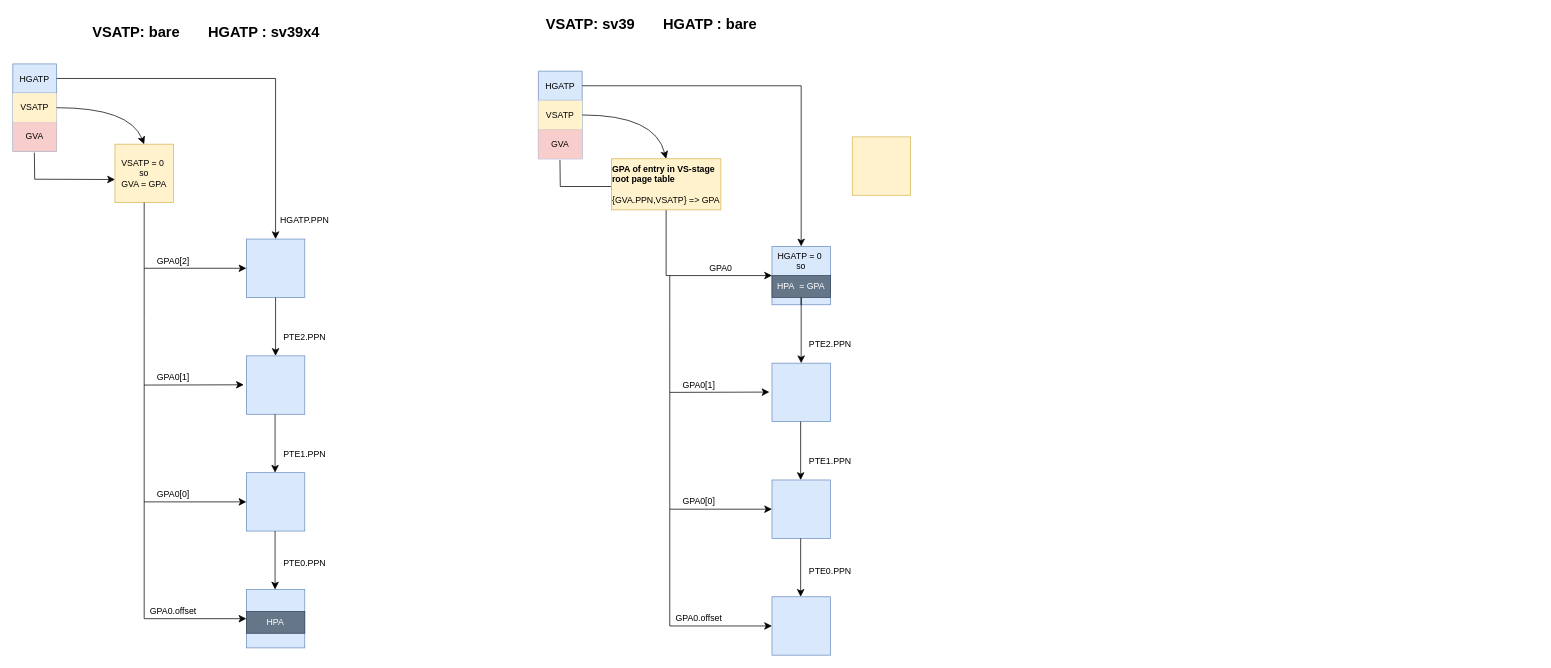
Above: vsatp_bare_hgatp_sv39x4.drawio in junaida32/AQLTech (draw.io), before the change. Source tidied: cells renumbered, new cells numbered last; positions are measured from the earlier drawing's top-left corner, leaving out a move shared by most shapes. Both pictures are drawn from the tidied source at 73%, with x=0, y=0 at pixel (12, 12).
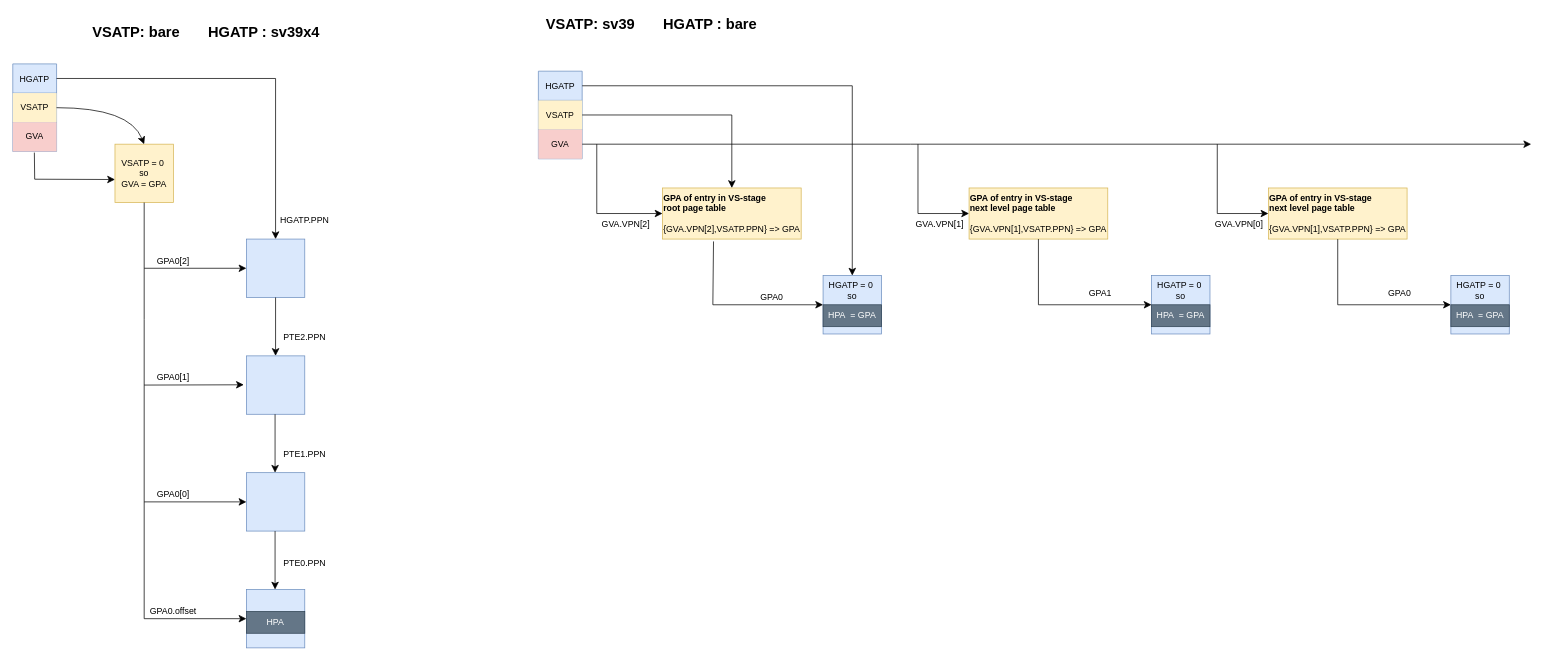
After the change.

The change refers to these unchanged cells:
```xml
<mxCell id="35" value="HGATP" style="shape=table;startSize=40;childLayout=tableLayout;fillColor=#dae8fc;strokeColor=#6c8ebf;" parent="1" vertex="1">
  <mxGeometry x="720" y="80" width="60" height="120" as="geometry" />
</mxCell>
<mxCell id="36" style="shape=tableRow;horizontal=0;startSize=0;swimlaneHead=0;swimlaneBody=0;strokeColor=inherit;top=0;left=0;bottom=0;right=0;fillColor=none;points=[[0,0.5],[1,0.5]];portConstraint=eastwest;" parent="35" vertex="1">
  <mxGeometry y="40" width="60" height="40" as="geometry" />
</mxCell>
<mxCell id="38" style="shape=tableRow;horizontal=0;startSize=0;swimlaneHead=0;swimlaneBody=0;strokeColor=inherit;top=0;left=0;bottom=0;right=0;fillColor=none;points=[[0,0.5],[1,0.5]];portConstraint=eastwest;" parent="35" vertex="1">
  <mxGeometry y="80" width="60" height="40" as="geometry" />
</mxCell>
```

What changed in the source:
```diff
@@
     <mxCell id="32" value="HGATP = 0&amp;nbsp;&lt;br style=&quot;border-color: var(--border-color);&quot;&gt;so&lt;br style=&quot;border-color: var(--border-color);&quot;&gt;" style="whiteSpace=wrap;html=1;fillColor=#dae8fc;strokeColor=#6c8ebf;verticalAlign=top;" parent="1" vertex="1">
-      <mxGeometry x="1040" y="320" width="80" height="80" as="geometry" />
+      <mxGeometry x="1110" y="360" width="80" height="80" as="geometry" />
     </mxCell>
-    <mxCell id="33" style="whiteSpace=wrap;html=1;fillColor=#dae8fc;strokeColor=#6c8ebf;" parent="1" vertex="1">
-      <mxGeometry x="1040" y="480" width="80" height="80" as="geometry" />
-    </mxCell>
-    <mxCell id="34" style="whiteSpace=wrap;html=1;fillColor=#dae8fc;strokeColor=#6c8ebf;" parent="1" vertex="1">
-      <mxGeometry x="1040" y="640" width="80" height="80" as="geometry" />
-    </mxCell>
@@
-    <mxCell id="40" style="edgeStyle=none;curved=1;rounded=0;jettySize=auto;html=1;exitX=1;exitY=0.5;exitDx=0;exitDy=0;entryX=0.5;entryY=0;entryDx=0;entryDy=0;fontSize=12;startSize=8;endSize=8;" parent="1" edge="1" source="36" target="59">
-      <mxGeometry relative="1" as="geometry">
-        <Array as="points">
-          <mxPoint x="880" y="140" />
-        </Array>
-      </mxGeometry>
-    </mxCell>
     <mxCell id="41" style="endArrow=classic;html=1;rounded=0;fontSize=12;startSize=8;endSize=8;entryX=0.5;entryY=0;entryDx=0;entryDy=0;" parent="1" edge="1" target="32">
       <mxGeometry relative="1" as="geometry">
         <mxPoint x="780" y="100" as="sourcePoint" />
         <Array as="points">
-          <mxPoint x="1080" y="100" />
+          <mxPoint x="1150" y="100" />
         </Array>
       </mxGeometry>
     </mxCell>
-    <mxCell id="42" style="endArrow=classic;html=1;rounded=0;fontSize=12;startSize=8;endSize=8;exitX=0.5;exitY=1;exitDx=0;exitDy=0;entryX=0;entryY=0.5;entryDx=0;entryDy=0;" parent="1" edge="1" source="59" target="32">
+    <mxCell id="42" style="endArrow=classic;html=1;rounded=0;fontSize=12;startSize=8;endSize=8;entryX=0;entryY=0.5;entryDx=0;entryDy=0;exitX=0.368;exitY=1.046;exitDx=0;exitDy=0;exitPerimeter=0;" parent="1" edge="1" source="59" target="32">
       <mxGeometry relative="1" as="geometry">
         <Array as="points">
-          <mxPoint x="895" y="360" />
+          <mxPoint x="959" y="400" />
         </Array>
       </mxGeometry>
     </mxCell>
     <mxCell id="43" value="GPA0" style="text;html=1;align=center;verticalAlign=middle;whiteSpace=wrap;rounded=0;" parent="1" vertex="1">
-      <mxGeometry x="940" y="340" width="60" height="20" as="geometry" />
+      <mxGeometry x="1010" y="380" width="60" height="20" as="geometry" />
     </mxCell>
-    <mxCell id="44" style="endArrow=classic;html=1;rounded=0;fontSize=12;startSize=8;endSize=8;exitX=0.493;exitY=1.038;exitDx=0;exitDy=0;exitPerimeter=0;" parent="1" edge="1" source="38">
+    <mxCell id="44" style="endArrow=classic;html=1;rounded=0;fontSize=12;startSize=8;endSize=8;exitX=1;exitY=0.5;exitDx=0;exitDy=0;" parent="1" edge="1" source="38">
       <mxGeometry relative="1" as="geometry">
-        <mxPoint x="830" y="238" as="targetPoint" />
+        <mxPoint x="2080" y="180" as="targetPoint" />
         <Array as="points">
-          <mxPoint x="750" y="238" />
+          <mxPoint x="1230" y="180" />
         </Array>
       </mxGeometry>
     </mxCell>
-    <mxCell id="45" style="endArrow=classic;html=1;rounded=0;fontSize=12;startSize=8;endSize=8;entryX=-0.044;entryY=0.495;entryDx=0;entryDy=0;entryPerimeter=0;" parent="1" edge="1" target="33">
-      <mxGeometry relative="1" as="geometry">
-        <mxPoint x="900" y="360" as="sourcePoint" />
-        <Array as="points">
-          <mxPoint x="900" y="430" />
-          <mxPoint x="900" y="520" />
-        </Array>
-      </mxGeometry>
-    </mxCell>
-    <mxCell id="46" value="GPA0[1]" style="text;html=1;align=center;verticalAlign=middle;whiteSpace=wrap;rounded=0;" parent="1" vertex="1">
-      <mxGeometry x="910" y="500" width="60" height="20" as="geometry" />
-    </mxCell>
-    <mxCell id="47" style="endArrow=classic;html=1;rounded=0;fontSize=12;startSize=8;endSize=8;entryX=0;entryY=0.5;entryDx=0;entryDy=0;" parent="1" edge="1" target="34">
-      <mxGeometry relative="1" as="geometry">
-        <mxPoint x="900" y="520" as="sourcePoint" />
-        <Array as="points">
-          <mxPoint x="900" y="680" />
-        </Array>
-      </mxGeometry>
-    </mxCell>
-    <mxCell id="48" value="GPA0[0]" style="text;html=1;align=center;verticalAlign=middle;whiteSpace=wrap;rounded=0;" parent="1" vertex="1">
-      <mxGeometry x="910" y="660" width="60" height="20" as="geometry" />
-    </mxCell>
-    <mxCell id="49" style="endArrow=classic;html=1;rounded=0;fontSize=12;startSize=8;endSize=8;exitX=0.5;exitY=1;exitDx=0;exitDy=0;entryX=0.5;entryY=0;entryDx=0;entryDy=0;" parent="1" edge="1" source="62" target="33">
-      <mxGeometry relative="1" as="geometry" />
-    </mxCell>
-    <mxCell id="50" style="endArrow=classic;html=1;rounded=0;fontSize=12;startSize=8;endSize=8;exitX=0.5;exitY=1;exitDx=0;exitDy=0;entryX=0.5;entryY=0;entryDx=0;entryDy=0;" parent="1" edge="1">
-      <mxGeometry relative="1" as="geometry">
-        <mxPoint x="1079.3" y="560" as="sourcePoint" />
-        <mxPoint x="1079.3" y="640" as="targetPoint" />
-      </mxGeometry>
-    </mxCell>
-    <mxCell id="51" value="PTE2.PPN" style="text;html=1;align=center;verticalAlign=middle;whiteSpace=wrap;rounded=0;" parent="1" vertex="1">
-      <mxGeometry x="1090" y="440" width="60" height="30" as="geometry" />
-    </mxCell>
-    <mxCell id="52" value="PTE1.PPN" style="text;html=1;align=center;verticalAlign=middle;whiteSpace=wrap;rounded=0;" parent="1" vertex="1">
-      <mxGeometry x="1090" y="600" width="60" height="30" as="geometry" />
-    </mxCell>
-    <mxCell id="53" style="whiteSpace=wrap;html=1;fillColor=#dae8fc;strokeColor=#6c8ebf;" parent="1" vertex="1">
-      <mxGeometry x="1040" y="800" width="80" height="80" as="geometry" />
-    </mxCell>
-    <mxCell id="54" style="endArrow=classic;html=1;rounded=0;fontSize=12;startSize=8;endSize=8;exitX=0.5;exitY=1;exitDx=0;exitDy=0;entryX=0.5;entryY=0;entryDx=0;entryDy=0;" parent="1" edge="1">
-      <mxGeometry relative="1" as="geometry">
-        <mxPoint x="1079.3" y="720" as="sourcePoint" />
-        <mxPoint x="1079.3" y="800" as="targetPoint" />
-      </mxGeometry>
-    </mxCell>
-    <mxCell id="55" value="PTE0.PPN" style="text;html=1;align=center;verticalAlign=middle;whiteSpace=wrap;rounded=0;" parent="1" vertex="1">
-      <mxGeometry x="1090" y="750" width="60" height="30" as="geometry" />
-    </mxCell>
-    <mxCell id="56" style="endArrow=classic;html=1;rounded=0;fontSize=12;startSize=8;endSize=8;" parent="1" edge="1">
-      <mxGeometry relative="1" as="geometry">
-        <mxPoint x="900" y="680" as="sourcePoint" />
-        <mxPoint x="1040" y="840" as="targetPoint" />
-        <Array as="points">
-          <mxPoint x="900" y="840" />
-        </Array>
-      </mxGeometry>
-    </mxCell>
-    <mxCell id="57" value="GPA0.offset" style="text;html=1;align=center;verticalAlign=middle;whiteSpace=wrap;rounded=0;" parent="1" vertex="1">
-      <mxGeometry x="910" y="820" width="60" height="20" as="geometry" />
-    </mxCell>
@@
-    <mxCell id="59" value="&lt;div style=&quot;border-color: var(--border-color); text-align: left;&quot;&gt;&lt;/div&gt;&lt;span style=&quot;border-color: var(--border-color); background-color: initial;&quot;&gt;&lt;/span&gt;&lt;div style=&quot;border-color: var(--border-color); text-align: left;&quot;&gt;&lt;span style=&quot;border-color: var(--border-color); background-color: initial;&quot;&gt;&lt;b&gt;GPA of entry in VS-stage&lt;/b&gt;&lt;/span&gt;&lt;/div&gt;&lt;div style=&quot;border-color: var(--border-color); text-align: left;&quot;&gt;&lt;span style=&quot;border-color: var(--border-color); background-color: initial;&quot;&gt;&lt;b&gt;root page table&lt;/b&gt;&lt;/span&gt;&lt;/div&gt;&lt;div style=&quot;border-color: var(--border-color); text-align: left;&quot;&gt;&lt;span style=&quot;border-color: var(--border-color); background-color: initial;&quot;&gt;&lt;b&gt;&lt;br&gt;&lt;/b&gt;&lt;/span&gt;&lt;/div&gt;&lt;div style=&quot;border-color: var(--border-color); text-align: left;&quot;&gt;&lt;span style=&quot;border-color: var(--border-color); background-color: initial;&quot;&gt;{GVA.PPN,VSATP} =&amp;gt; GPA&lt;/span&gt;&lt;/div&gt;" style="rounded=0;whiteSpace=wrap;html=1;verticalAlign=top;fillColor=#fff2cc;strokeColor=#d6b656;" parent="1" vertex="1">
-      <mxGeometry x="820" y="200" width="150" height="70" as="geometry" />
+    <mxCell id="59" value="&lt;div style=&quot;border-color: var(--border-color); text-align: left;&quot;&gt;&lt;/div&gt;&lt;span style=&quot;border-color: var(--border-color); background-color: initial;&quot;&gt;&lt;/span&gt;&lt;div style=&quot;border-color: var(--border-color); text-align: left;&quot;&gt;&lt;span style=&quot;border-color: var(--border-color); background-color: initial;&quot;&gt;&lt;b&gt;GPA of entry in VS-stage&lt;/b&gt;&lt;/span&gt;&lt;/div&gt;&lt;div style=&quot;border-color: var(--border-color); text-align: left;&quot;&gt;&lt;span style=&quot;border-color: var(--border-color); background-color: initial;&quot;&gt;&lt;b&gt;root page table&lt;/b&gt;&lt;/span&gt;&lt;/div&gt;&lt;div style=&quot;border-color: var(--border-color); text-align: left;&quot;&gt;&lt;span style=&quot;border-color: var(--border-color); background-color: initial;&quot;&gt;&lt;b&gt;&lt;br&gt;&lt;/b&gt;&lt;/span&gt;&lt;/div&gt;&lt;div style=&quot;border-color: var(--border-color); text-align: left;&quot;&gt;&lt;span style=&quot;border-color: var(--border-color); background-color: initial;&quot;&gt;{GVA.VPN[2],VSATP.PPN} =&amp;gt; GPA&lt;/span&gt;&lt;/div&gt;" style="rounded=0;whiteSpace=wrap;html=1;verticalAlign=top;fillColor=#fff2cc;strokeColor=#d6b656;" parent="1" vertex="1">
+      <mxGeometry x="890" y="240" width="190" height="70" as="geometry" />
     </mxCell>
-    <mxCell id="60" style="whiteSpace=wrap;html=1;fillColor=#fff2cc;strokeColor=#d6b656;" parent="1" vertex="1">
-      <mxGeometry x="1150" y="170" width="80" height="80" as="geometry" />
-    </mxCell>
-    <mxCell id="61" style="endArrow=classic;html=1;rounded=0;fontSize=12;startSize=8;endSize=8;exitX=0.5;exitY=1;exitDx=0;exitDy=0;entryX=0.5;entryY=0;entryDx=0;entryDy=0;" parent="1" edge="1" source="32" target="62">
-      <mxGeometry relative="1" as="geometry" />
-    </mxCell>
     <mxCell id="62" value="HPA&amp;nbsp; = GPA" style="rounded=0;whiteSpace=wrap;html=1;fillColor=#647687;fontColor=#ffffff;strokeColor=#314354;" parent="1" vertex="1">
-      <mxGeometry x="1040" y="360" width="80" height="30" as="geometry" />
+      <mxGeometry x="1110" y="400" width="80" height="30" as="geometry" />
     </mxCell>
+    <mxCell id="63" value="&lt;div style=&quot;border-color: var(--border-color); text-align: left;&quot;&gt;&lt;/div&gt;&lt;span style=&quot;border-color: var(--border-color); background-color: initial;&quot;&gt;&lt;/span&gt;&lt;div style=&quot;border-color: var(--border-color); text-align: left;&quot;&gt;&lt;span style=&quot;border-color: var(--border-color); background-color: initial;&quot;&gt;&lt;b&gt;GPA of entry in VS-stage&lt;/b&gt;&lt;/span&gt;&lt;/div&gt;&lt;div style=&quot;border-color: var(--border-color); text-align: left;&quot;&gt;&lt;span style=&quot;border-color: var(--border-color); background-color: initial;&quot;&gt;&lt;b&gt;next level page table&lt;/b&gt;&lt;/span&gt;&lt;/div&gt;&lt;div style=&quot;border-color: var(--border-color); text-align: left;&quot;&gt;&lt;span style=&quot;border-color: var(--border-color); background-color: initial;&quot;&gt;&lt;b&gt;&lt;br&gt;&lt;/b&gt;&lt;/span&gt;&lt;/div&gt;&lt;div style=&quot;border-color: var(--border-color); text-align: left;&quot;&gt;&lt;span style=&quot;border-color: var(--border-color); background-color: initial;&quot;&gt;{GVA.VPN[1],VSATP.PPN} =&amp;gt; GPA&lt;/span&gt;&lt;/div&gt;" style="rounded=0;whiteSpace=wrap;html=1;verticalAlign=top;fillColor=#fff2cc;strokeColor=#d6b656;" parent="1" vertex="1">
+      <mxGeometry x="1310" y="240" width="190" height="70" as="geometry" />
+    </mxCell>
+    <mxCell id="64" value="GVA.VPN[2]" style="text;html=1;align=center;verticalAlign=middle;whiteSpace=wrap;rounded=0;" parent="1" vertex="1">
+      <mxGeometry x="810" y="280" width="60" height="20" as="geometry" />
+    </mxCell>
+    <mxCell id="65" style="endArrow=classic;html=1;rounded=0;fontSize=12;startSize=8;endSize=8;entryX=0;entryY=0.5;entryDx=0;entryDy=0;" parent="1" edge="1" target="59">
+      <mxGeometry relative="1" as="geometry">
+        <mxPoint x="800" y="180" as="sourcePoint" />
+        <Array as="points">
+          <mxPoint x="800" y="275" />
+        </Array>
+      </mxGeometry>
+    </mxCell>
+    <mxCell id="66" style="endArrow=classic;html=1;rounded=0;fontSize=12;startSize=8;endSize=8;exitX=1;exitY=0.5;exitDx=0;exitDy=0;entryX=0.5;entryY=0;entryDx=0;entryDy=0;" parent="1" edge="1" source="35" target="59">
+      <mxGeometry relative="1" as="geometry">
+        <Array as="points">
+          <mxPoint x="985" y="140" />
+        </Array>
+      </mxGeometry>
+    </mxCell>
+    <mxCell id="67" value="GVA.VPN[1]" style="text;html=1;align=center;verticalAlign=middle;whiteSpace=wrap;rounded=0;" parent="1" vertex="1">
+      <mxGeometry x="1240" y="280" width="60" height="20" as="geometry" />
+    </mxCell>
+    <mxCell id="68" style="endArrow=classic;html=1;rounded=0;fontSize=12;startSize=8;endSize=8;entryX=0;entryY=0.5;entryDx=0;entryDy=0;" parent="1" edge="1" target="63">
+      <mxGeometry relative="1" as="geometry">
+        <mxPoint x="1240" y="180" as="sourcePoint" />
+        <Array as="points">
+          <mxPoint x="1240" y="275" />
+        </Array>
+      </mxGeometry>
+    </mxCell>
+    <mxCell id="69" value="HGATP = 0&amp;nbsp;&lt;br style=&quot;border-color: var(--border-color);&quot;&gt;so&lt;br style=&quot;border-color: var(--border-color);&quot;&gt;" style="whiteSpace=wrap;html=1;fillColor=#dae8fc;strokeColor=#6c8ebf;verticalAlign=top;" parent="1" vertex="1">
+      <mxGeometry x="1560" y="360" width="80" height="80" as="geometry" />
+    </mxCell>
+    <mxCell id="70" style="endArrow=classic;html=1;rounded=0;fontSize=12;startSize=8;endSize=8;entryX=0;entryY=0.5;entryDx=0;entryDy=0;exitX=0.5;exitY=1;exitDx=0;exitDy=0;" parent="1" edge="1" source="63">
+      <mxGeometry relative="1" as="geometry">
+        <mxPoint x="1560" y="400" as="targetPoint" />
+        <Array as="points">
+          <mxPoint x="1405" y="400" />
+        </Array>
+      </mxGeometry>
+    </mxCell>
+    <mxCell id="71" value="GPA1" style="text;html=1;align=center;verticalAlign=middle;whiteSpace=wrap;rounded=0;" parent="1" vertex="1">
+      <mxGeometry x="1460" y="373.5" width="60" height="20" as="geometry" />
+    </mxCell>
+    <mxCell id="72" value="HPA&amp;nbsp; = GPA" style="rounded=0;whiteSpace=wrap;html=1;fillColor=#647687;fontColor=#ffffff;strokeColor=#314354;" parent="1" vertex="1">
+      <mxGeometry x="1560" y="400" width="80" height="30" as="geometry" />
+    </mxCell>
+    <mxCell id="73" value="&lt;div style=&quot;border-color: var(--border-color); text-align: left;&quot;&gt;&lt;/div&gt;&lt;span style=&quot;border-color: var(--border-color); background-color: initial;&quot;&gt;&lt;/span&gt;&lt;div style=&quot;border-color: var(--border-color); text-align: left;&quot;&gt;&lt;span style=&quot;border-color: var(--border-color); background-color: initial;&quot;&gt;&lt;b&gt;GPA of entry in VS-stage&lt;/b&gt;&lt;/span&gt;&lt;/div&gt;&lt;div style=&quot;border-color: var(--border-color); text-align: left;&quot;&gt;&lt;span style=&quot;border-color: var(--border-color); background-color: initial;&quot;&gt;&lt;b&gt;next level page table&lt;/b&gt;&lt;/span&gt;&lt;/div&gt;&lt;div style=&quot;border-color: var(--border-color); text-align: left;&quot;&gt;&lt;span style=&quot;border-color: var(--border-color); background-color: initial;&quot;&gt;&lt;b&gt;&lt;br&gt;&lt;/b&gt;&lt;/span&gt;&lt;/div&gt;&lt;div style=&quot;border-color: var(--border-color); text-align: left;&quot;&gt;&lt;span style=&quot;border-color: var(--border-color); background-color: initial;&quot;&gt;{GVA.VPN[1],VSATP.PPN} =&amp;gt; GPA&lt;/span&gt;&lt;/div&gt;" style="rounded=0;whiteSpace=wrap;html=1;verticalAlign=top;fillColor=#fff2cc;strokeColor=#d6b656;" parent="1" vertex="1">
+      <mxGeometry x="1720" y="240" width="190" height="70" as="geometry" />
+    </mxCell>
+    <mxCell id="74" value="GVA.VPN[0]" style="text;html=1;align=center;verticalAlign=middle;whiteSpace=wrap;rounded=0;" parent="1" vertex="1">
+      <mxGeometry x="1650" y="280" width="60" height="20" as="geometry" />
+    </mxCell>
+    <mxCell id="75" style="endArrow=classic;html=1;rounded=0;fontSize=12;startSize=8;endSize=8;entryX=0;entryY=0.5;entryDx=0;entryDy=0;" parent="1" edge="1" target="73">
+      <mxGeometry relative="1" as="geometry">
+        <mxPoint x="1650" y="180" as="sourcePoint" />
+        <Array as="points">
+          <mxPoint x="1650" y="275" />
+        </Array>
+      </mxGeometry>
+    </mxCell>
+    <mxCell id="76" value="HGATP = 0&amp;nbsp;&lt;br style=&quot;border-color: var(--border-color);&quot;&gt;so&lt;br style=&quot;border-color: var(--border-color);&quot;&gt;" style="whiteSpace=wrap;html=1;fillColor=#dae8fc;strokeColor=#6c8ebf;verticalAlign=top;" parent="1" vertex="1">
+      <mxGeometry x="1970" y="360" width="80" height="80" as="geometry" />
+    </mxCell>
+    <mxCell id="77" style="endArrow=classic;html=1;rounded=0;fontSize=12;startSize=8;endSize=8;entryX=0;entryY=0.5;entryDx=0;entryDy=0;exitX=0.5;exitY=1;exitDx=0;exitDy=0;" parent="1" edge="1" source="73">
+      <mxGeometry relative="1" as="geometry">
+        <mxPoint x="1970" y="400" as="targetPoint" />
+        <Array as="points">
+          <mxPoint x="1815" y="400" />
+        </Array>
+      </mxGeometry>
+    </mxCell>
+    <mxCell id="78" value="GPA0" style="text;html=1;align=center;verticalAlign=middle;whiteSpace=wrap;rounded=0;" parent="1" vertex="1">
+      <mxGeometry x="1870" y="373.5" width="60" height="20" as="geometry" />
+    </mxCell>
+    <mxCell id="79" value="HPA&amp;nbsp; = GPA" style="rounded=0;whiteSpace=wrap;html=1;fillColor=#647687;fontColor=#ffffff;strokeColor=#314354;" parent="1" vertex="1">
+      <mxGeometry x="1970" y="400" width="80" height="30" as="geometry" />
+    </mxCell>
```
